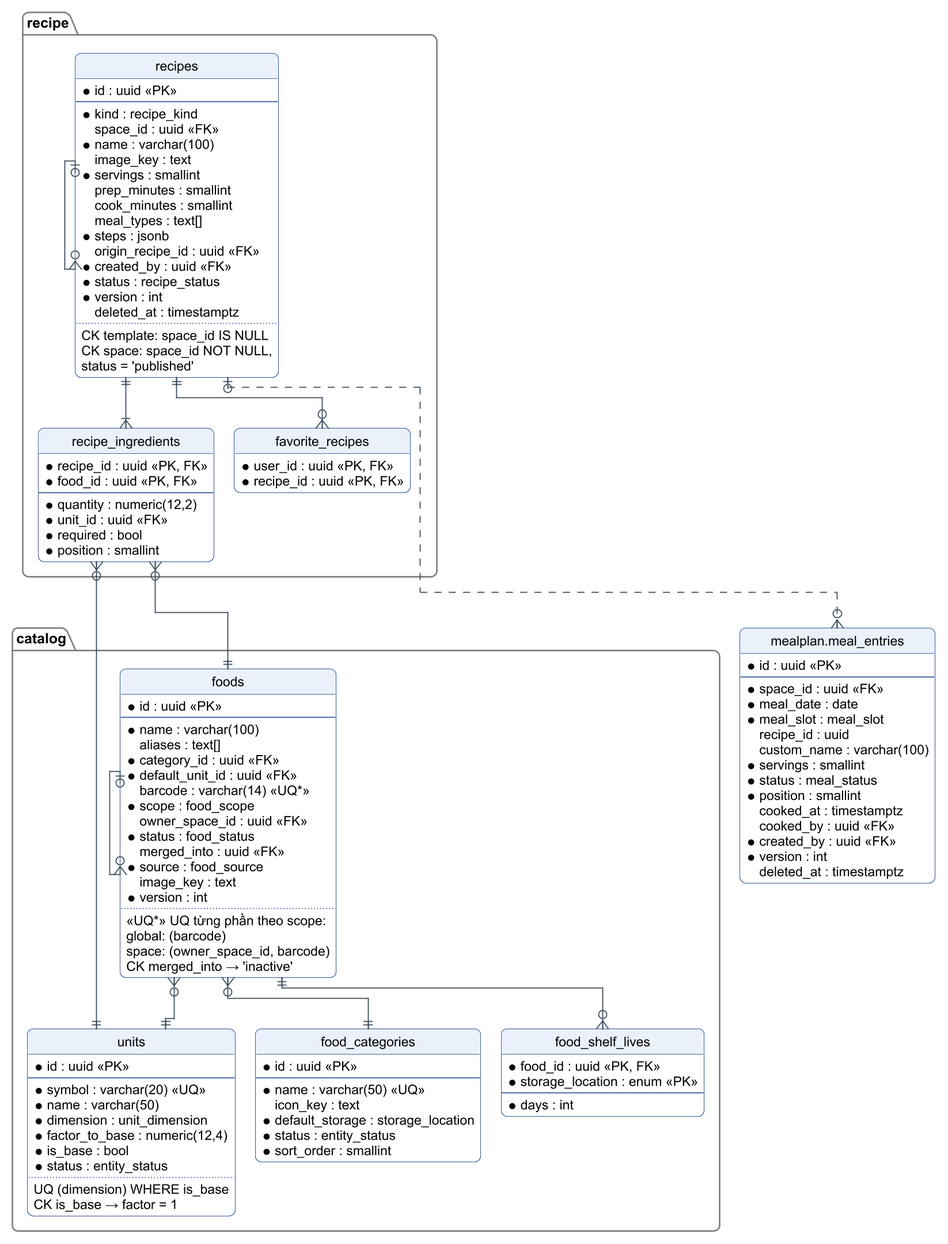
Earlier version of the PlantUML export figures/diagrams/c3-23-erd-cong-thuc-ke-hoach.png (PhucNguyen204/report-project). Source of this version:
```plantuml
@startuml c3-23-erd-cong-thuc-ke-hoach
!pragma layout elk
!include _style-c3.iuml
hide circle
hide methods
hide stereotype
skinparam linetype ortho
skinparam nodesep 45
skinparam ranksep 40

  entity "mealplan.meal_entries" as me {
    * id : uuid <<PK>>
    --
    * space_id : uuid <<FK>>
    * meal_date : date
    * meal_slot : meal_slot
    recipe_id : uuid
    custom_name : varchar(100)
    * servings : smallint
    * status : meal_status
    * position : smallint
    cooked_at : timestamptz
    cooked_by : uuid <<FK>>
    * created_by : uuid <<FK>>
    * version : int
    deleted_at : timestamptz
  }

package "recipe" as prc {
  entity "recipes" as rc {
    * id : uuid <<PK>>
    --
    * kind : recipe_kind
    space_id : uuid <<FK>>
    * name : varchar(100)
    image_key : text
    * servings : smallint
    prep_minutes : smallint
    cook_minutes : smallint
    meal_types : text[]
    * steps : jsonb
    origin_recipe_id : uuid <<FK>>
    * created_by : uuid <<FK>>
    * status : recipe_status
    * version : int
    deleted_at : timestamptz
    ..
    CK template: space_id IS NULL
    CK space: space_id NOT NULL,
      status = 'published'
  }
  entity "recipe_ingredients" as ri {
    * recipe_id : uuid <<PK, FK>>
    * food_id : uuid <<PK, FK>>
    --
    * quantity : numeric(12,2)
    * unit_id : uuid <<FK>>
    * required : bool
    * position : smallint
  }
  entity "favorite_recipes" as fr {
    * user_id : uuid <<PK, FK>>
    * recipe_id : uuid <<PK, FK>>
  }
}

package "catalog" as pct {
  entity "food_categories" as fc {
    * id : uuid <<PK>>
    --
    * name : varchar(50) <<UQ>>
    icon_key : text
    * default_storage : storage_location
    * status : entity_status
    * sort_order : smallint
  }
  entity "foods" as fd {
    * id : uuid <<PK>>
    --
    * name : varchar(100)
    aliases : text[]
    * category_id : uuid <<FK>>
    * default_unit_id : uuid <<FK>>
    barcode : varchar(14) <<UQ*>>
    * scope : food_scope
    owner_space_id : uuid <<FK>>
    * status : food_status
    merged_into : uuid <<FK>>
    * source : food_source
    image_key : text
    * version : int
    ..
    «UQ*» UQ từng phần theo scope:
      global: (barcode)
      space: (owner_space_id, barcode)
    CK merged_into → 'inactive'
  }
  entity "units" as un {
    * id : uuid <<PK>>
    --
    * symbol : varchar(20) <<UQ>>
    * name : varchar(50)
    * dimension : unit_dimension
    * factor_to_base : numeric(12,4)
    * is_base : bool
    * status : entity_status
    ..
    UQ (dimension) WHERE is_base
    CK is_base → factor = 1
  }
  entity "food_shelf_lives" as fs {
    * food_id : uuid <<PK, FK>>
    * storage_location : enum <<PK>>
    --
    * days : int
  }
}


rc |o..o{ me
rc ||--|{ ri
rc ||--o{ fr
rc |o--o{ rc
ri }o--|| fd
ri }o--|| un
fd }o--|| fc
fd }o--|| un
fd ||--o{ fs
fd |o--o{ fd
@enduml
```
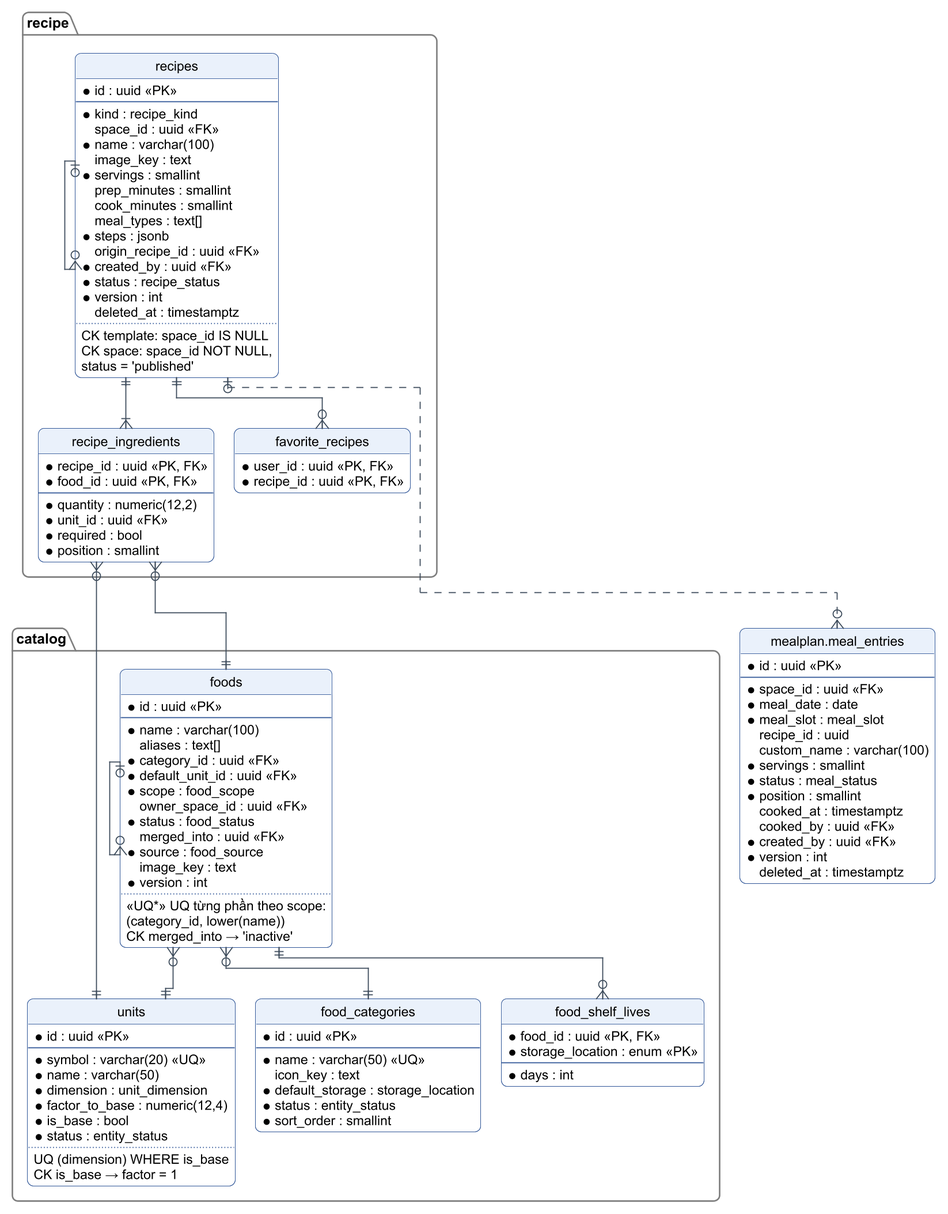
Later version of the same file.

What changed in the source:
```diff
@@ -81,7 +81,6 @@
     aliases : text[]
     * category_id : uuid <<FK>>
     * default_unit_id : uuid <<FK>>
-    barcode : varchar(14) <<UQ*>>
     * scope : food_scope
     owner_space_id : uuid <<FK>>
     * status : food_status
@@ -90,9 +89,7 @@
     image_key : text
     * version : int
     ..
-    «UQ*» UQ từng phần theo scope:
-      global: (barcode)
-      space: (owner_space_id, barcode)
+    «UQ*» UQ từng phần theo scope: (category_id, lower(name))
     CK merged_into → 'inactive'
   }
   entity "units" as un {
```
